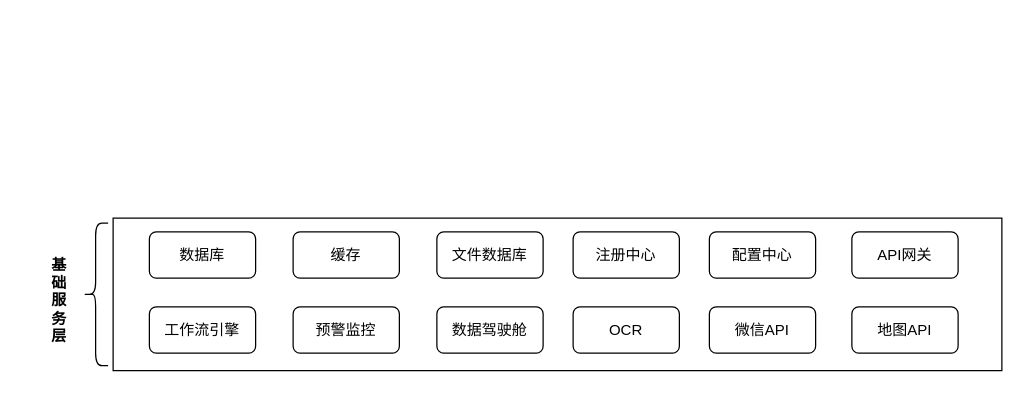
Before: 汽车公司-应用架构.drawio in ammengke/my-drawio, a draw.io diagram. Source tidied: cells renumbered, new cells numbered last; positions are measured from the earlier drawing's top-left corner, leaving out a move shared by most shapes. Both pictures are drawn from the tidied source at 125%, with x=0, y=0 at pixel (21, 211).
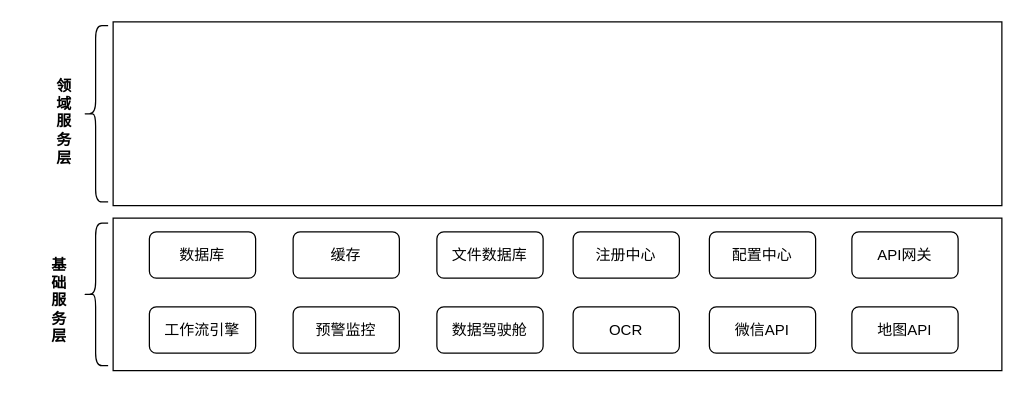
Above is the later version.

Commit message (it also covers changes not shown here):
Update 汽车公司-应用架构.drawio

Diff of the diagram source:
```diff
@@
 <mxGraphModel>
   <root>
     <mxCell id="0" />
     <mxCell id="1" parent="0" />
     <mxCell id="2" style="shape=curlyBracket;whiteSpace=wrap;html=1;rounded=1;" parent="1" vertex="1">
       <mxGeometry x="49" y="9" width="20" height="114" as="geometry" />
     </mxCell>
     <mxCell id="3" style="rounded=0;whiteSpace=wrap;html=1;" parent="1" vertex="1">
       <mxGeometry x="73" y="5" width="711" height="122" as="geometry" />
     </mxCell>
     <mxCell id="4" value="基&lt;br&gt;础&lt;br&gt;服&lt;br&gt;务&lt;br&gt;层" style="text;html=1;strokeColor=none;fillColor=none;align=center;verticalAlign=middle;whiteSpace=wrap;rounded=0;fontStyle=1;" parent="1" vertex="1">
       <mxGeometry width="60" height="141" as="geometry" />
     </mxCell>
     <mxCell id="5" value="数据库" style="rounded=1;whiteSpace=wrap;html=1;" parent="1" vertex="1">
       <mxGeometry x="102" y="16" width="85" height="37" as="geometry" />
     </mxCell>
     <mxCell id="6" value="&lt;span style=&quot;text-align: left&quot;&gt;工作流引擎&lt;/span&gt;" style="rounded=1;whiteSpace=wrap;html=1;" parent="1" vertex="1">
       <mxGeometry x="102" y="76" width="85" height="37" as="geometry" />
     </mxCell>
     <mxCell id="7" value="缓存" style="rounded=1;whiteSpace=wrap;html=1;" parent="1" vertex="1">
       <mxGeometry x="217" y="16" width="85" height="37" as="geometry" />
     </mxCell>
     <mxCell id="8" value="文件数据库" style="rounded=1;whiteSpace=wrap;html=1;" parent="1" vertex="1">
       <mxGeometry x="332" y="16" width="85" height="37" as="geometry" />
     </mxCell>
     <mxCell id="9" value="注册中心" style="rounded=1;whiteSpace=wrap;html=1;" parent="1" vertex="1">
       <mxGeometry x="441" y="16" width="85" height="37" as="geometry" />
     </mxCell>
     <mxCell id="10" value="配置中心" style="rounded=1;whiteSpace=wrap;html=1;" parent="1" vertex="1">
       <mxGeometry x="550" y="16" width="85" height="37" as="geometry" />
     </mxCell>
     <mxCell id="11" value="API网关" style="rounded=1;whiteSpace=wrap;html=1;" parent="1" vertex="1">
       <mxGeometry x="664" y="16" width="85" height="37" as="geometry" />
     </mxCell>
     <mxCell id="12" value="预警监控" style="rounded=1;whiteSpace=wrap;html=1;" parent="1" vertex="1">
       <mxGeometry x="217" y="76" width="85" height="37" as="geometry" />
     </mxCell>
     <mxCell id="13" value="OCR" style="rounded=1;whiteSpace=wrap;html=1;" parent="1" vertex="1">
       <mxGeometry x="441" y="76" width="85" height="37" as="geometry" />
     </mxCell>
     <mxCell id="14" value="微信API" style="rounded=1;whiteSpace=wrap;html=1;" parent="1" vertex="1">
       <mxGeometry x="550" y="76" width="85" height="37" as="geometry" />
     </mxCell>
     <mxCell id="15" value="地图API" style="rounded=1;whiteSpace=wrap;html=1;" parent="1" vertex="1">
       <mxGeometry x="664" y="76" width="85" height="37" as="geometry" />
     </mxCell>
     <mxCell id="16" value="数据驾驶舱" style="rounded=1;whiteSpace=wrap;html=1;" parent="1" vertex="1">
       <mxGeometry x="332" y="76" width="85" height="37" as="geometry" />
     </mxCell>
+    <mxCell id="17" style="rounded=0;whiteSpace=wrap;html=1;" parent="1" vertex="1">
+      <mxGeometry x="73" y="-152" width="711" height="147" as="geometry" />
+    </mxCell>
+    <mxCell id="18" value="领&lt;br&gt;域&lt;br&gt;服&lt;br&gt;务&lt;br&gt;层" style="text;html=1;strokeColor=none;fillColor=none;align=center;verticalAlign=middle;whiteSpace=wrap;rounded=0;fontStyle=1;" parent="1" vertex="1">
+      <mxGeometry x="4" y="-143" width="60" height="141" as="geometry" />
+    </mxCell>
+    <mxCell id="19" style="shape=curlyBracket;whiteSpace=wrap;html=1;rounded=1;" parent="1" vertex="1">
+      <mxGeometry x="49" y="-149" width="20" height="141" as="geometry" />
+    </mxCell>
   </root>
 </mxGraphModel>
```
